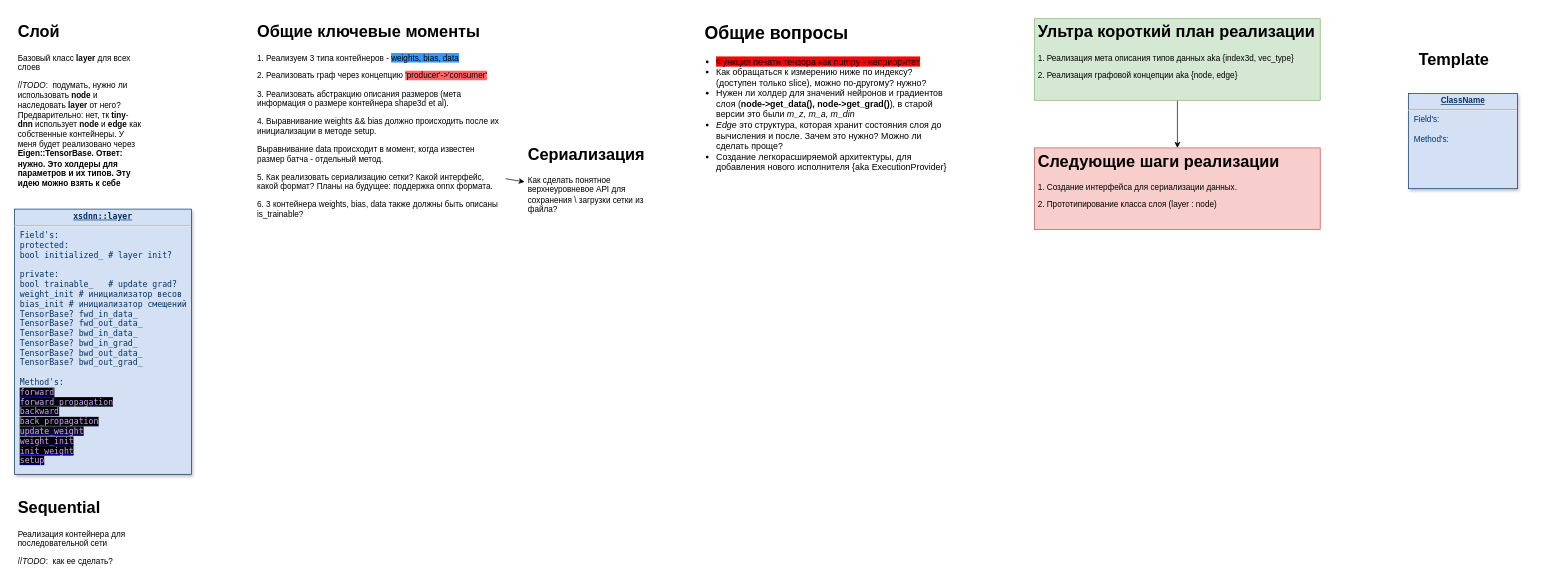
The draw.io diagram page "xsdnn::main" (1 of 10) of logic.drawio in xsdnn/xsdnn, before the edit. Source tidied: cells renumbered, new cells numbered last; positions are measured from the earlier drawing's top-left corner, leaving out a move shared by most shapes. Both pictures are drawn from the tidied source at 68%, with x=0, y=0 at pixel (14, 18).
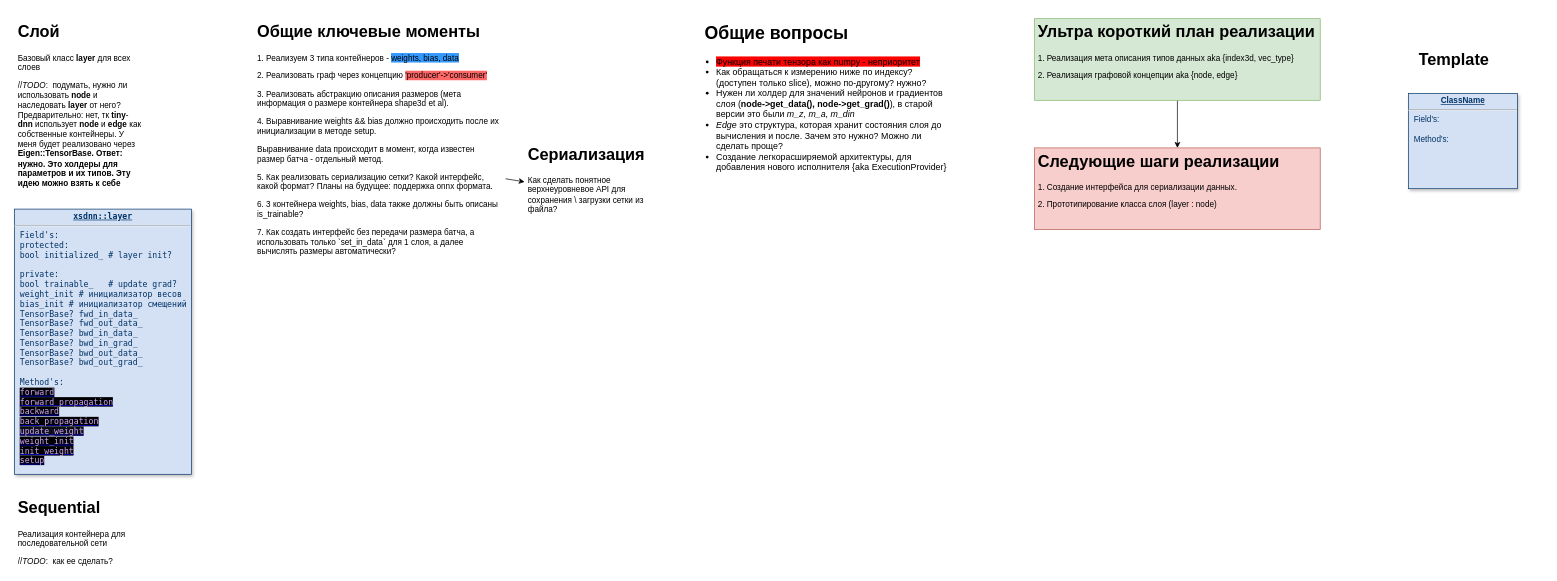
The same diagram, later.

What changed in the source:
```diff
@@
 <mxGraphModel>
   <root>
     <mxCell id="0" />
     <mxCell id="1" parent="0" />
     <mxCell id="2" value="&lt;p style=&quot;margin: 0px; margin-top: 4px; text-align: center; text-decoration: underline;&quot;&gt;&lt;strong&gt;ClassName&lt;/strong&gt;&lt;/p&gt;&lt;hr&gt;&lt;p style=&quot;margin: 0px; margin-left: 8px;&quot;&gt;Field's:&lt;/p&gt;&lt;p style=&quot;margin: 0px; margin-left: 8px;&quot;&gt;&lt;br&gt;&lt;/p&gt;&lt;p style=&quot;margin: 0px; margin-left: 8px;&quot;&gt;Method's:&lt;/p&gt;" style="verticalAlign=top;align=left;overflow=fill;fontSize=12;fontFamily=Helvetica;html=1;strokeColor=#003366;shadow=1;fillColor=#D4E1F5;fontColor=#003366;" parent="1" vertex="1">
       <mxGeometry x="2050" y="110" width="160" height="140" as="geometry" />
     </mxCell>
     <mxCell id="3" value="&lt;h1&gt;Слой&lt;/h1&gt;&lt;p&gt;Базовый класс &lt;b&gt;layer &lt;/b&gt;для всех слоев&lt;/p&gt;&lt;p&gt;&lt;span style=&quot;text-align: center;&quot;&gt;//&lt;i&gt;TODO&lt;/i&gt;:&amp;nbsp; подумать, нужно ли использовать &lt;b&gt;node&lt;/b&gt; и наследовать &lt;b&gt;layer&lt;/b&gt; от него? Предварительно: нет, тк &lt;b&gt;tiny&lt;/b&gt;-&lt;b&gt;dnn&lt;/b&gt; использует &lt;b&gt;node&lt;/b&gt; и &lt;b&gt;edge&lt;/b&gt; как собственные контейнеры. У меня будет реализовано через &lt;b&gt;Eigen::TensorBase. Ответ: нужно. Это холдеры для параметров и их типов. Эту идею можно взять к себе&lt;/b&gt;&lt;/span&gt;&lt;br&gt;&lt;/p&gt;&lt;p&gt;&lt;br&gt;&lt;/p&gt;" style="text;html=1;strokeColor=none;fillColor=none;spacing=5;spacingTop=-20;whiteSpace=wrap;overflow=hidden;rounded=0;" parent="1" vertex="1">
       <mxGeometry width="190" height="250" as="geometry" />
     </mxCell>
     <mxCell id="4" value="&lt;h1&gt;Template&lt;/h1&gt;" style="text;html=1;strokeColor=none;fillColor=none;spacing=5;spacingTop=-20;whiteSpace=wrap;overflow=hidden;rounded=0;" parent="1" vertex="1">
       <mxGeometry x="2060" y="40" width="190" height="50" as="geometry" />
     </mxCell>
     <mxCell id="5" value="&lt;p style=&quot;margin: 0px; margin-top: 4px; text-align: center; text-decoration: underline;&quot;&gt;&lt;b&gt;xsdnn::layer&lt;/b&gt;&lt;/p&gt;&lt;hr&gt;&lt;p style=&quot;margin: 0px; margin-left: 8px;&quot;&gt;Field's:&lt;/p&gt;&lt;p style=&quot;margin: 0px; margin-left: 8px;&quot;&gt;protected:&lt;/p&gt;&lt;p style=&quot;margin: 0px; margin-left: 8px;&quot;&gt;bool initialized_ # layer init?&lt;/p&gt;&lt;p style=&quot;margin: 0px; margin-left: 8px;&quot;&gt;&lt;br&gt;&lt;/p&gt;&lt;p style=&quot;margin: 0px; margin-left: 8px;&quot;&gt;private:&lt;/p&gt;&lt;p style=&quot;margin: 0px 0px 0px 8px;&quot;&gt;bool trainable_&amp;nbsp; &amp;nbsp;# update grad?&lt;/p&gt;&lt;p style=&quot;margin: 0px 0px 0px 8px;&quot;&gt;weight_init # инициализатор весов&lt;/p&gt;&lt;p style=&quot;margin: 0px 0px 0px 8px;&quot;&gt;bias_init # инициализатор смещений&lt;/p&gt;&lt;p style=&quot;margin: 0px; margin-left: 8px;&quot;&gt;TensorBase? fwd_in_data_&lt;/p&gt;&lt;p style=&quot;margin: 0px; margin-left: 8px;&quot;&gt;TensorBase? fwd_out_data_&lt;br&gt;&lt;/p&gt;&lt;p style=&quot;margin: 0px; margin-left: 8px;&quot;&gt;TensorBase? bwd_in_data_&lt;br&gt;&lt;/p&gt;&lt;p style=&quot;margin: 0px; margin-left: 8px;&quot;&gt;TensorBase? bwd_in_grad_&lt;br&gt;&lt;/p&gt;&lt;p style=&quot;margin: 0px; margin-left: 8px;&quot;&gt;TensorBase? bwd_out_data_&lt;br&gt;&lt;/p&gt;&lt;p style=&quot;margin: 0px; margin-left: 8px;&quot;&gt;TensorBase? bwd_out_grad_&lt;br&gt;&lt;/p&gt;&lt;p style=&quot;margin: 0px; margin-left: 8px;&quot;&gt;&lt;br&gt;&lt;/p&gt;&lt;p style=&quot;margin: 0px; margin-left: 8px;&quot;&gt;Method's:&lt;/p&gt;&lt;p style=&quot;margin: 0px; margin-left: 8px;&quot;&gt;&lt;a href=&quot;data:page/id,acLyr5f8MV2qwVlqdKkI&quot;&gt;&lt;font face=&quot;ui-monospace, SFMono-Regular, SF Mono, Menlo, Consolas, Liberation Mono, monospace&quot; color=&quot;#d2a8ff&quot; style=&quot;background-color: rgb(0, 0, 0);&quot;&gt;forward&lt;/font&gt;&lt;/a&gt;&lt;/p&gt;&lt;p style=&quot;margin: 0px; margin-left: 8px;&quot;&gt;&lt;a href=&quot;data:page/id,P51iXEZZl-BP7aw9WZGj&quot;&gt;&lt;font face=&quot;ui-monospace, SFMono-Regular, SF Mono, Menlo, Consolas, Liberation Mono, monospace&quot; color=&quot;#d2a8ff&quot; style=&quot;background-color: rgb(0, 0, 0);&quot;&gt;forward_propagation&lt;/font&gt;&lt;/a&gt;&lt;/p&gt;&lt;p style=&quot;margin: 0px; margin-left: 8px;&quot;&gt;&lt;a href=&quot;data:page/id,9vZ8QekkStvvB2-BGn0U&quot;&gt;&lt;font face=&quot;ui-monospace, SFMono-Regular, SF Mono, Menlo, Consolas, Liberation Mono, monospace&quot; color=&quot;#d2a8ff&quot; style=&quot;background-color: rgb(0, 0, 0);&quot;&gt;backward&lt;/font&gt;&lt;/a&gt;&lt;/p&gt;&lt;p style=&quot;margin: 0px; margin-left: 8px;&quot;&gt;&lt;a href=&quot;data:page/id,YzGOiIOgP3fO_uxTNOQc&quot;&gt;&lt;font face=&quot;ui-monospace, SFMono-Regular, SF Mono, Menlo, Consolas, Liberation Mono, monospace&quot; color=&quot;#d2a8ff&quot; style=&quot;background-color: rgb(0, 0, 0);&quot;&gt;back_propagation&lt;/font&gt;&lt;/a&gt;&lt;/p&gt;&lt;p style=&quot;margin: 0px; margin-left: 8px;&quot;&gt;&lt;span style=&quot;font-family: ui-monospace, SFMono-Regular, &amp;quot;SF Mono&amp;quot;, Menlo, Consolas, &amp;quot;Liberation Mono&amp;quot;, monospace; background-color: rgb(13, 17, 23);&quot;&gt;&lt;a style=&quot;&quot; href=&quot;data:page/id,1ntwXYWYcS74xLM6uAJB&quot;&gt;&lt;font color=&quot;#d2a8ff&quot;&gt;update_weight&lt;/font&gt;&lt;/a&gt;&lt;/span&gt;&lt;br&gt;&lt;/p&gt;&lt;p style=&quot;margin: 0px; margin-left: 8px;&quot;&gt;&lt;a style=&quot;background-color: rgb(0, 0, 0);&quot; href=&quot;data:page/id,imFPhnd7Cz6RNdqDAHEO&quot;&gt;&lt;font face=&quot;ui-monospace, SFMono-Regular, SF Mono, Menlo, Consolas, Liberation Mono, monospace&quot; color=&quot;#d2a8ff&quot;&gt;weight_init&lt;/font&gt;&lt;/a&gt;&lt;/p&gt;&lt;p style=&quot;margin: 0px; margin-left: 8px;&quot;&gt;&lt;a style=&quot;background-color: rgb(0, 0, 0);&quot; href=&quot;data:page/id,p6dzrHT5QFA6u9v4Chr_&quot;&gt;&lt;font color=&quot;#d2a8ff&quot;&gt;init_weight&lt;/font&gt;&lt;/a&gt;&lt;/p&gt;&lt;p style=&quot;margin: 0px; margin-left: 8px;&quot;&gt;&lt;a style=&quot;background-color: rgb(0, 0, 0);&quot; href=&quot;data:page/id,uzz6QVAgYd6YLyIYvyyA&quot;&gt;&lt;font color=&quot;#d2a8ff&quot;&gt;setup&lt;/font&gt;&lt;/a&gt;&lt;/p&gt;" style="verticalAlign=top;align=left;overflow=fill;fontSize=12;fontFamily=ui-monospace, SFMono-Regular, &quot;SF Mono&quot;, Menlo, Consolas, &quot;Liberation Mono&quot;, monospace;html=1;strokeColor=#003366;shadow=1;fillColor=#D4E1F5;fontColor=#003366;" parent="1" vertex="1">
       <mxGeometry y="280" width="260" height="390" as="geometry" />
     </mxCell>
     <mxCell id="6" value="&lt;h1&gt;Сериализация&lt;/h1&gt;&lt;p&gt;Как сделать понятное верхнеуровневое API для сохранения \ загрузки сетки из файла?&amp;nbsp;&lt;/p&gt;" style="text;html=1;strokeColor=none;fillColor=none;spacing=5;spacingTop=-20;whiteSpace=wrap;overflow=hidden;rounded=0;" parent="1" vertex="1">
       <mxGeometry x="750" y="180" width="190" height="120" as="geometry" />
     </mxCell>
     <mxCell id="7" value="&lt;h1&gt;Общие вопросы&lt;/h1&gt;&lt;p&gt;&lt;br&gt;&lt;/p&gt;" style="text;html=1;strokeColor=none;fillColor=none;spacing=5;spacingTop=-20;whiteSpace=wrap;overflow=hidden;rounded=0;fontSize=13;" parent="1" vertex="1">
       <mxGeometry x="1010" width="270" height="120" as="geometry" />
     </mxCell>
     <mxCell id="8" value="&lt;ul&gt;&lt;li&gt;&lt;span style=&quot;background-color: rgb(255, 0, 0);&quot;&gt;Функция печати тензора как numpy - неприоритет&lt;/span&gt;&lt;/li&gt;&lt;li&gt;Как обращаться к измерению ниже по индексу? (доступен только slice), можно по-другому? нужно?&amp;nbsp;&lt;/li&gt;&lt;li&gt;Нужен ли холдер для значений нейронов и градиентов слоя (&lt;b&gt;node-&amp;gt;get_data(), node-&amp;gt;get_grad()&lt;/b&gt;), в старой версии это были &lt;i&gt;m_z, m_a, m_din&lt;/i&gt;&lt;/li&gt;&lt;li&gt;&lt;i&gt;Edge &lt;/i&gt;это структура, которая хранит состояния слоя до вычисления и после. Зачем это нужно? Можно ли сделать проще?&lt;/li&gt;&lt;li&gt;Создание легкорасширяемой архитектуры, для добавления нового исполнителя {aka ExecutionProvider}&lt;/li&gt;&lt;/ul&gt;" style="text;strokeColor=none;fillColor=none;html=1;whiteSpace=wrap;verticalAlign=middle;overflow=hidden;fontSize=13;" parent="1" vertex="1">
       <mxGeometry x="990" y="40" width="390" height="190" as="geometry" />
     </mxCell>
     <mxCell id="9" value="&lt;h1&gt;Sequential&lt;/h1&gt;&lt;p&gt;Реализация контейнера для&amp;nbsp; последовательной сети&lt;/p&gt;&lt;p&gt;&lt;span style=&quot;text-align: center;&quot;&gt;//&lt;i&gt;TODO&lt;/i&gt;:&amp;nbsp; как ее сделать?&lt;/span&gt;&lt;br&gt;&lt;/p&gt;&lt;p&gt;&lt;br&gt;&lt;/p&gt;" style="text;html=1;strokeColor=none;fillColor=none;spacing=5;spacingTop=-20;whiteSpace=wrap;overflow=hidden;rounded=0;" parent="1" vertex="1">
       <mxGeometry y="700" width="190" height="110" as="geometry" />
     </mxCell>
-    <mxCell id="10" value="&lt;h1&gt;Общие ключевые моменты&lt;/h1&gt;&lt;p&gt;1. Реализуем 3 типа контейнеров - &lt;span style=&quot;background-color: rgb(51, 153, 255);&quot;&gt;weights, bias, data&lt;/span&gt;&lt;/p&gt;&lt;p&gt;2. Реализовать граф через концепцию &lt;span style=&quot;background-color: rgb(255, 102, 102);&quot;&gt;'producer'-&amp;gt;'consumer'&lt;/span&gt;&lt;/p&gt;&lt;p&gt;3. Реализовать абстракцию описания размеров (мета информация о размере контейнера shape3d et al).&amp;nbsp;&lt;/p&gt;&lt;p&gt;4. Выравнивание weights &amp;amp;&amp;amp; bias должно происходить после их инициализации в методе setup.&lt;/p&gt;&lt;p&gt;Выравнивание data происходит в момент, когда известен размер батча - отдельный метод.&lt;/p&gt;&lt;p&gt;5. Как реализовать сериализацию сетки? Какой интерфейс, какой формат? Планы на будущее: поддержка onnx формата.&lt;/p&gt;&lt;p&gt;6. 3 контейнера weights, bias, data также должны быть описаны is_trainable?&amp;nbsp;&lt;/p&gt;" style="text;html=1;strokeColor=none;fillColor=none;spacing=5;spacingTop=-20;whiteSpace=wrap;overflow=hidden;rounded=0;" parent="1" vertex="1">
+    <mxCell id="10" value="&lt;h1&gt;Общие ключевые моменты&lt;/h1&gt;&lt;p&gt;1. Реализуем 3 типа контейнеров - &lt;span style=&quot;background-color: rgb(51, 153, 255);&quot;&gt;weights, bias, data&lt;/span&gt;&lt;/p&gt;&lt;p&gt;2. Реализовать граф через концепцию &lt;span style=&quot;background-color: rgb(255, 102, 102);&quot;&gt;'producer'-&amp;gt;'consumer'&lt;/span&gt;&lt;/p&gt;&lt;p&gt;3. Реализовать абстракцию описания размеров (мета информация о размере контейнера shape3d et al).&amp;nbsp;&lt;/p&gt;&lt;p&gt;4. Выравнивание weights &amp;amp;&amp;amp; bias должно происходить после их инициализации в методе setup.&lt;/p&gt;&lt;p&gt;Выравнивание data происходит в момент, когда известен размер батча - отдельный метод.&lt;/p&gt;&lt;p&gt;5. Как реализовать сериализацию сетки? Какой интерфейс, какой формат? Планы на будущее: поддержка onnx формата.&lt;/p&gt;&lt;p&gt;6. 3 контейнера weights, bias, data также должны быть описаны is_trainable?&amp;nbsp;&lt;/p&gt;&lt;p&gt;7. Как создать интерфейс без передачи размера батча, а использовать только `set_in_data` для 1 слоя, а далее вычислять размеры автоматически?&lt;/p&gt;" style="text;html=1;strokeColor=none;fillColor=none;spacing=5;spacingTop=-20;whiteSpace=wrap;overflow=hidden;rounded=0;" parent="1" vertex="1">
       <mxGeometry x="352" width="370" height="410" as="geometry" />
     </mxCell>
     <mxCell id="11" style="edgeStyle=orthogonalEdgeStyle;rounded=0;jettySize=auto;html=1;" parent="1" edge="1" source="12" target="14">
       <mxGeometry relative="1" as="geometry" />
     </mxCell>
     <mxCell id="12" value="&lt;h1&gt;Ультра короткий план реализации&lt;/h1&gt;&lt;p&gt;1. Реализация мета описания типов данных aka {index3d, vec_type}&lt;/p&gt;&lt;p&gt;2. Реализация графовой концепции aka {node, edge}&lt;/p&gt;" style="text;html=1;spacing=5;spacingTop=-20;whiteSpace=wrap;overflow=hidden;rounded=0;labelBackgroundColor=none;fillColor=#d5e8d4;strokeColor=#82b366;" parent="1" vertex="1">
       <mxGeometry x="1500" width="420" height="120" as="geometry" />
     </mxCell>
     <mxCell id="13" style="endArrow=classic;html=1;rounded=0;entryX=0;entryY=0.5;entryDx=0;entryDy=0;" parent="1" edge="1" source="10" target="6">
       <mxGeometry relative="1" as="geometry" />
     </mxCell>
     <mxCell id="14" value="&lt;h1&gt;Следующие шаги реализации&lt;/h1&gt;&lt;p&gt;1. Создание интерфейса для сериализации данных.&amp;nbsp;&lt;br&gt;&lt;/p&gt;&lt;p&gt;2. Прототипирование класса слоя (layer : node)&lt;/p&gt;" style="text;html=1;spacing=5;spacingTop=-20;whiteSpace=wrap;overflow=hidden;rounded=0;labelBackgroundColor=none;fillColor=#f8cecc;strokeColor=#b85450;" parent="1" vertex="1">
       <mxGeometry x="1500" y="190" width="420" height="120" as="geometry" />
     </mxCell>
   </root>
 </mxGraphModel>
```
